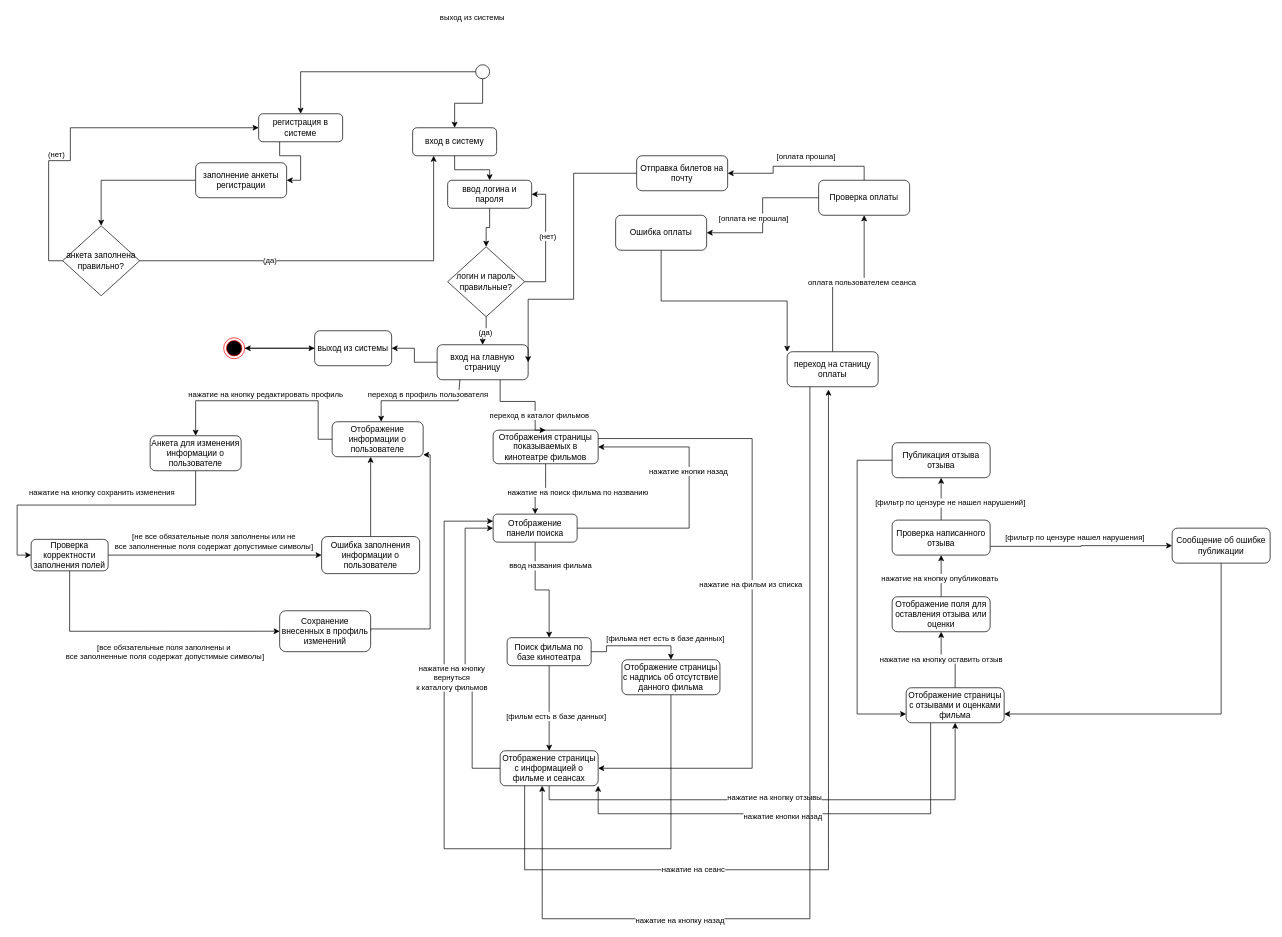
The draw.io diagram Диаграмма_деятельности_UML.drawio in adchvanova-new/UML, before the edit. Source tidied: cells renumbered, new cells numbered last; positions are measured from the earlier drawing's top-left corner, leaving out a move shared by most shapes. Both pictures are drawn from the tidied source at 70%, with x=0, y=0 at pixel (31, 16).
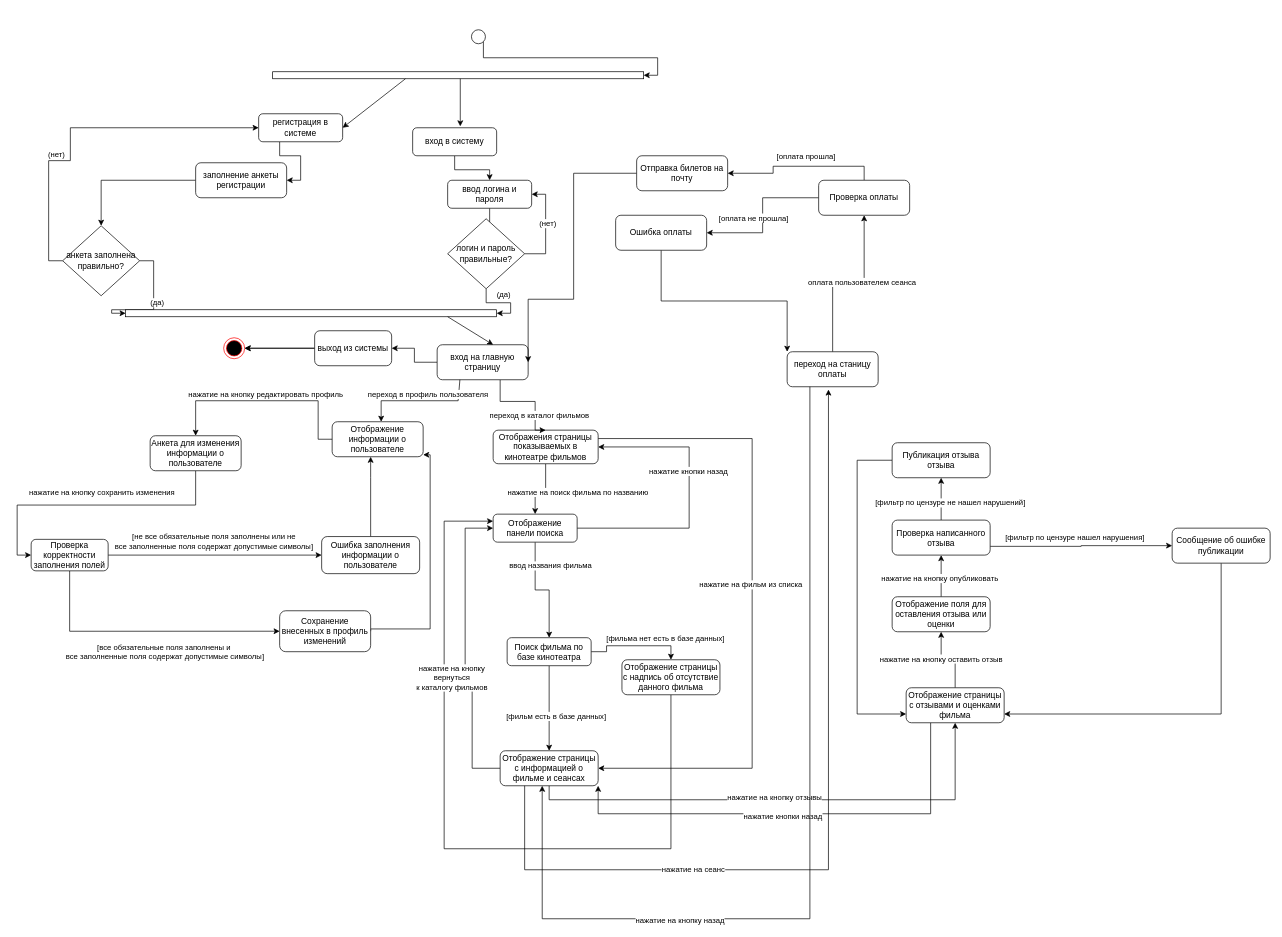
After the change.

The change refers to these unchanged cells:
```xml
<mxCell id="4" value="вход в систему" style="rounded=1;whiteSpace=wrap;html=1;" parent="1" vertex="1">
  <mxGeometry x="545" y="159" width="120" height="40" as="geometry" />
</mxCell>
<mxCell id="23" value="регистрация в системе" style="rounded=1;whiteSpace=wrap;html=1;" parent="1" vertex="1">
  <mxGeometry x="325" y="139" width="120" height="40" as="geometry" />
</mxCell>
<mxCell id="29" value="вход на главную страницу" style="rounded=1;whiteSpace=wrap;html=1;" parent="1" vertex="1">
  <mxGeometry x="580" y="469" width="130" height="50" as="geometry" />
</mxCell>
<mxCell id="94" value="анкета заполнена правильно?" style="rhombus;whiteSpace=wrap;html=1;" parent="1" vertex="1">
  <mxGeometry x="45" y="299" width="110" height="100" as="geometry" />
</mxCell>
<mxCell id="101" value="выход из системы" style="rounded=1;whiteSpace=wrap;html=1;" parent="1" vertex="1">
  <mxGeometry x="405" y="449" width="110" height="50" as="geometry" />
</mxCell>
<mxCell id="103" style="ellipse;html=1;shape=endState;fillColor=#000000;strokeColor=#ff0000;" parent="1" vertex="1">
  <mxGeometry x="275" y="459" width="30" height="30" as="geometry" />
</mxCell>
```

Change to the diagram source:
```diff
@@
-    <mxCell id="5" style="edgeStyle=orthogonalEdgeStyle;rounded=0;jettySize=auto;html=1;entryX=0.5;entryY=0;entryDx=0;entryDy=0;" parent="1" edge="1" source="7" target="4">
-      <mxGeometry relative="1" as="geometry" />
-    </mxCell>
-    <mxCell id="6" style="edgeStyle=orthogonalEdgeStyle;rounded=0;jettySize=auto;html=1;entryX=0.5;entryY=0;entryDx=0;entryDy=0;" parent="1" edge="1" source="7" target="23">
-      <mxGeometry relative="1" as="geometry" />
-    </mxCell>
+    <mxCell id="104" style="edgeStyle=orthogonalEdgeStyle;rounded=0;jettySize=auto;html=1;exitX=1;exitY=1;exitDx=0;exitDy=0;" parent="1" edge="1" source="7" target="107">
+      <mxGeometry relative="1" as="geometry" />
+    </mxCell>
     <mxCell id="7" style="ellipse;whiteSpace=wrap;html=1;" parent="1" vertex="1">
-      <mxGeometry x="635" y="69" width="20" height="20" as="geometry" />
+      <mxGeometry x="629" y="19" width="20" height="20" as="geometry" />
     </mxCell>
@@
-    <mxCell id="91" value="выход из системы" style="edgeLabel;html=1;align=center;verticalAlign=middle;" parent="1" vertex="1">
-      <mxGeometry x="629" as="geometry" />
-    </mxCell>
-    <mxCell id="92" style="edgeStyle=orthogonalEdgeStyle;rounded=0;jettySize=auto;html=1;exitX=1;exitY=0.5;exitDx=0;exitDy=0;entryX=0.25;entryY=1;entryDx=0;entryDy=0;" parent="1" edge="1" source="94" target="4">
-      <mxGeometry relative="1" as="geometry" />
-    </mxCell>
+    <mxCell id="105" style="edgeStyle=orthogonalEdgeStyle;rounded=0;jettySize=auto;html=1;exitX=1;exitY=0.5;exitDx=0;exitDy=0;" parent="1" edge="1" source="94" target="110">
+      <mxGeometry relative="1" as="geometry" />
+    </mxCell>
-    <mxCell id="93" value="(да)" style="edgeLabel;html=1;align=center;verticalAlign=middle;" parent="92" vertex="1">
-      <mxGeometry x="-0.35" y="2" relative="1" as="geometry" />
+    <mxCell id="93" value="(да)" style="edgeLabel;html=1;align=center;verticalAlign=middle;" parent="105" vertex="1">
+      <mxGeometry x="-0.1" y="4" relative="1" as="geometry" />
     </mxCell>
@@
-    <mxCell id="97" style="edgeStyle=orthogonalEdgeStyle;rounded=0;jettySize=auto;html=1;exitX=0.5;exitY=1;exitDx=0;exitDy=0;entryX=0.5;entryY=0;entryDx=0;entryDy=0;" parent="1" edge="1" source="99" target="29">
+    <mxCell id="97" style="edgeStyle=orthogonalEdgeStyle;rounded=0;jettySize=auto;html=1;exitX=0.5;exitY=1;exitDx=0;exitDy=0;" parent="1" edge="1" source="99" target="110">
       <mxGeometry relative="1" as="geometry" />
     </mxCell>
     <mxCell id="98" value="(да)" style="edgeLabel;html=1;align=center;verticalAlign=middle;" parent="97" vertex="1">
-      <mxGeometry x="-0.02" y="2" relative="1" as="geometry" />
+      <mxGeometry x="-0.02" y="2" relative="1" as="geometry">
+        <mxPoint y="-10" as="offset" />
+      </mxGeometry>
     </mxCell>
     <mxCell id="99" value="логин и пароль правильные?" style="rhombus;whiteSpace=wrap;html=1;" parent="1" vertex="1">
-      <mxGeometry x="595" y="329" width="110" height="100" as="geometry" />
+      <mxGeometry x="595" y="289" width="110" height="100" as="geometry" />
     </mxCell>
@@
+    <mxCell id="106" style="edgeStyle=orthogonalEdgeStyle;rounded=0;jettySize=auto;html=1;" parent="1" edge="1" source="101" target="103">
+      <mxGeometry relative="1" as="geometry" />
+    </mxCell>
@@
-    <mxCell id="102" style="edgeStyle=orthogonalEdgeStyle;rounded=0;jettySize=auto;html=1;exitX=1;exitY=0.5;exitDx=0;exitDy=0;" parent="1" edge="1" source="103" target="101">
-      <mxGeometry relative="1" as="geometry" />
-    </mxCell>
@@
+    <mxCell id="107" style="html=1;points=[[0,0,0,0,5],[0,1,0,0,-5],[1,0,0,0,5],[1,1,0,0,-5]];perimeter=orthogonalPerimeter;outlineConnect=0;targetShapes=umlLifeline;portConstraint=eastwest;newEdgeStyle={&quot;curved&quot;:0,&quot;rounded&quot;:0};rotation=90;" parent="1" vertex="1">
+      <mxGeometry x="605" y="-181" width="10" height="530" as="geometry" />
+    </mxCell>
+    <mxCell id="108" style="endArrow=classic;html=1;rounded=0;exitX=1;exitY=0.642;exitDx=0;exitDy=0;exitPerimeter=0;entryX=1;entryY=0.5;entryDx=0;entryDy=0;" parent="1" edge="1" source="107" target="23">
+      <mxGeometry relative="1" as="geometry" />
+    </mxCell>
+    <mxCell id="109" style="endArrow=classic;html=1;rounded=0;entryX=0.567;entryY=-0.05;entryDx=0;entryDy=0;entryPerimeter=0;" parent="1" edge="1" source="107" target="4">
+      <mxGeometry relative="1" as="geometry" />
+    </mxCell>
+    <mxCell id="110" style="html=1;points=[[0,0,0,0,5],[0,1,0,0,-5],[1,0,0,0,5],[1,1,0,0,-5]];perimeter=orthogonalPerimeter;outlineConnect=0;targetShapes=umlLifeline;portConstraint=eastwest;newEdgeStyle={&quot;curved&quot;:0,&quot;rounded&quot;:0};rotation=90;" parent="1" vertex="1">
+      <mxGeometry x="395" y="159" width="10" height="530" as="geometry" />
+    </mxCell>
+    <mxCell id="111" style="endArrow=classic;html=1;rounded=0;entryX=0.615;entryY=0;entryDx=0;entryDy=0;entryPerimeter=0;exitX=1;exitY=0.132;exitDx=0;exitDy=0;exitPerimeter=0;" parent="1" edge="1" source="110" target="29">
+      <mxGeometry relative="1" as="geometry" />
+    </mxCell>
```
